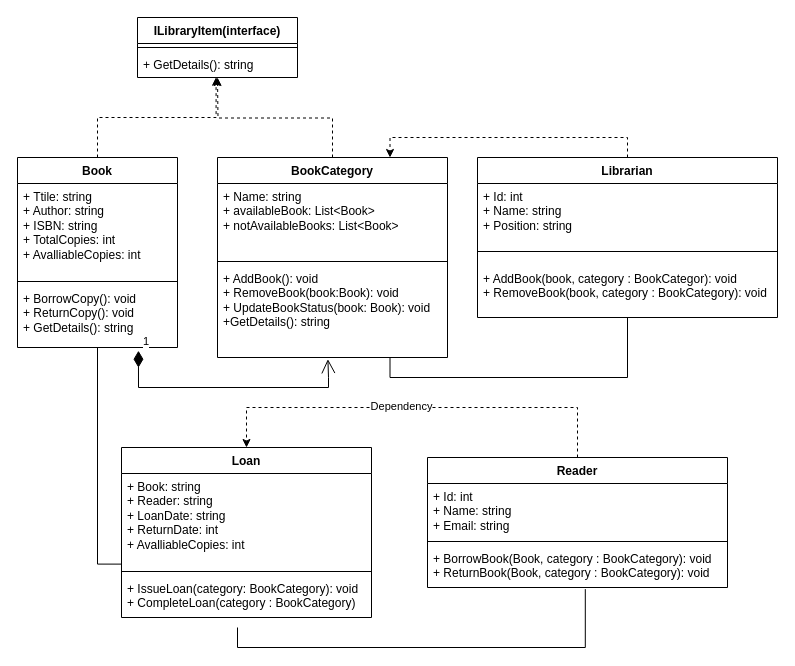
Earlier version of the draw.io diagram module11/lab10/lab10.drawio (UaAdil/CreJavate). Source tidied: cells renumbered, new cells numbered last; positions are measured from the earlier drawing's top-left corner, leaving out a move shared by most shapes. Both pictures are drawn from the tidied source at 100%, with x=0, y=0 at pixel (17, 17).
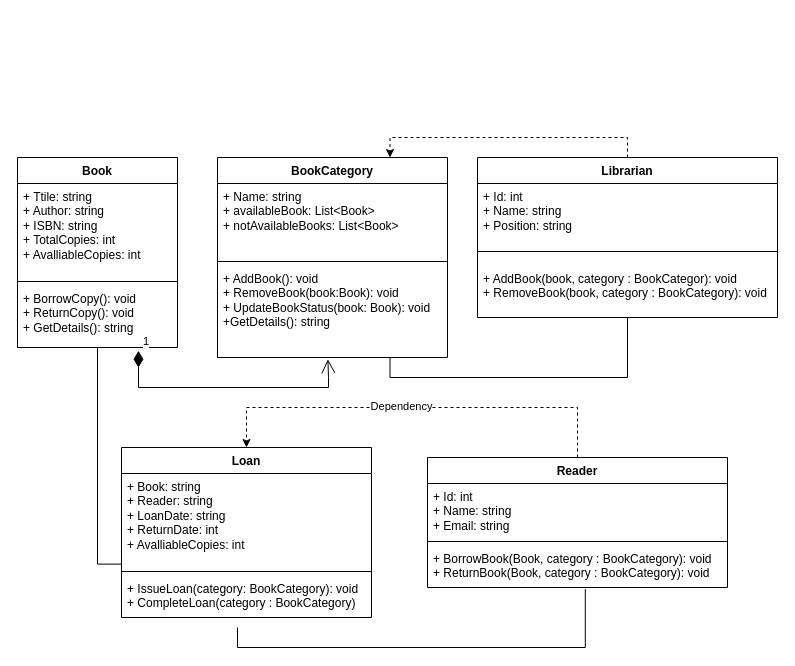
The same page after the edit.

The change refers to these unchanged cells:
```xml
<mxCell id="2" value="Book" style="swimlane;fontStyle=1;align=center;verticalAlign=top;horizontal=1;startSize=26;whiteSpace=wrap;html=1;" parent="1" vertex="1">
  <mxGeometry y="140" width="160" height="190" as="geometry" />
</mxCell>
<mxCell id="7" value="BookCategory" style="swimlane;fontStyle=1;align=center;verticalAlign=top;horizontal=1;startSize=26;whiteSpace=wrap;html=1;" parent="1" vertex="1">
  <mxGeometry x="200" y="140" width="230" height="200" as="geometry" />
</mxCell>
```

Change to the diagram source:
```diff
@@
-    <mxCell id="6" style="edgeStyle=orthogonalEdgeStyle;rounded=0;jettySize=auto;html=1;dashed=1;" parent="1" edge="1" source="7">
-      <mxGeometry relative="1" as="geometry">
-        <mxPoint x="200" y="60" as="targetPoint" />
-      </mxGeometry>
-    </mxCell>
@@
-    <mxCell id="16" value="ILibraryItem(interface)" style="swimlane;fontStyle=1;align=center;verticalAlign=top;horizontal=1;startSize=26;whiteSpace=wrap;html=1;" parent="1" vertex="1">
-      <mxGeometry x="120" width="160" height="60" as="geometry" />
-    </mxCell>
-    <mxCell id="17" style="line;strokeWidth=1;fillColor=none;align=left;verticalAlign=middle;spacingTop=-1;spacingLeft=3;spacingRight=3;labelPosition=right;strokeColor=inherit;" parent="16" vertex="1">
-      <mxGeometry y="26" width="160" height="8" as="geometry" />
-    </mxCell>
-    <mxCell id="18" value="+ GetDetails(): string" style="text;strokeColor=none;fillColor=none;align=left;verticalAlign=top;spacingLeft=4;spacingRight=4;overflow=hidden;points=[[0,0.5],[1,0.5]];portConstraint=eastwest;whiteSpace=wrap;html=1;" parent="16" vertex="1">
-      <mxGeometry y="34" width="160" height="26" as="geometry" />
-    </mxCell>
@@
-    <mxCell id="29" style="edgeStyle=orthogonalEdgeStyle;rounded=0;jettySize=auto;html=1;entryX=0.491;entryY=0.989;entryDx=0;entryDy=0;entryPerimeter=0;dashed=1;" parent="1" edge="1" source="2" target="18">
-      <mxGeometry relative="1" as="geometry" />
-    </mxCell>
```
